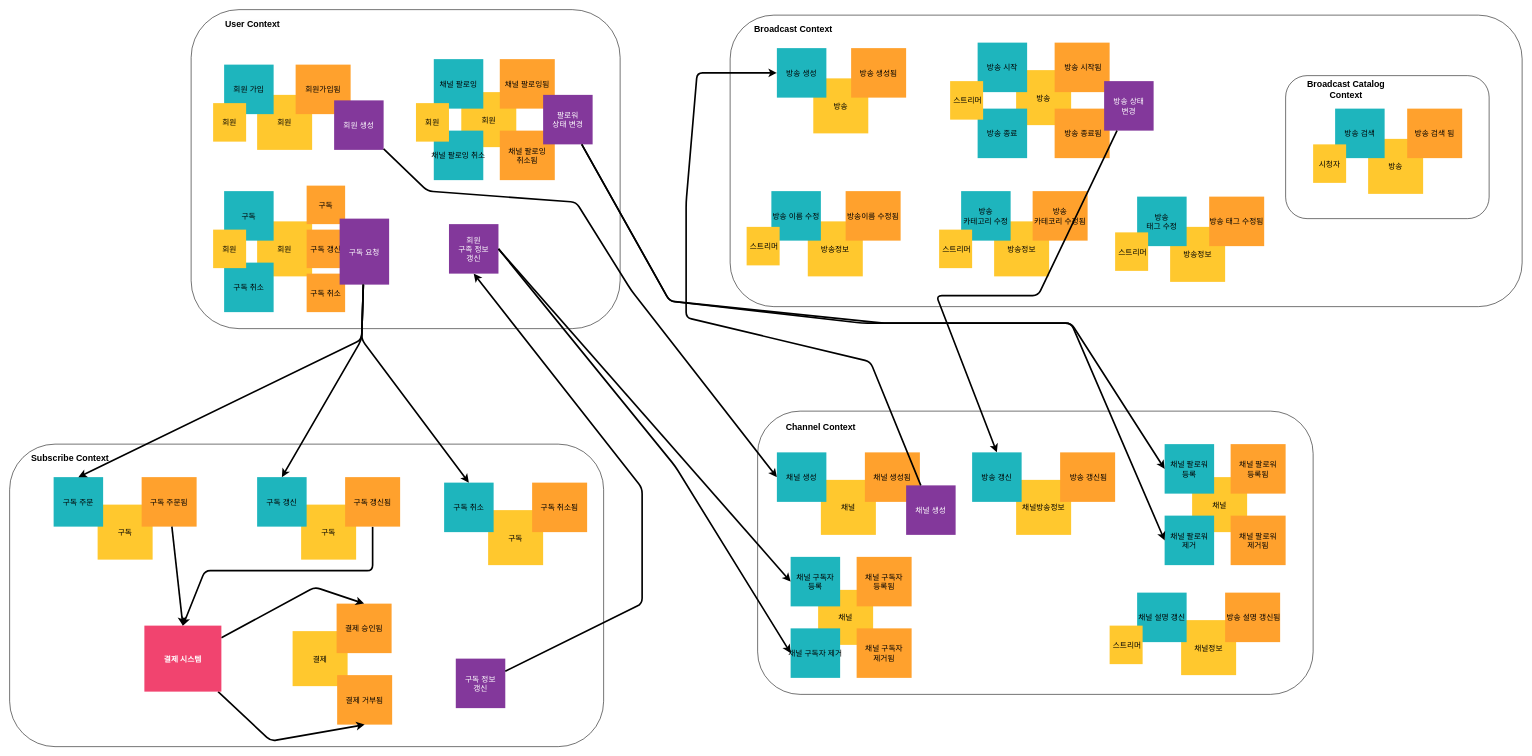
Earlier version of the draw.io diagram page "event_storming" (1 of 5) of doc/archi.drawio (ISSuh/mystream). Source tidied: cells renumbered, new cells numbered last; positions are measured from the earlier drawing's top-left corner, leaving out a move shared by most shapes. Both pictures are drawn from the tidied source at 55%, with x=0, y=0 at pixel (9, 9).
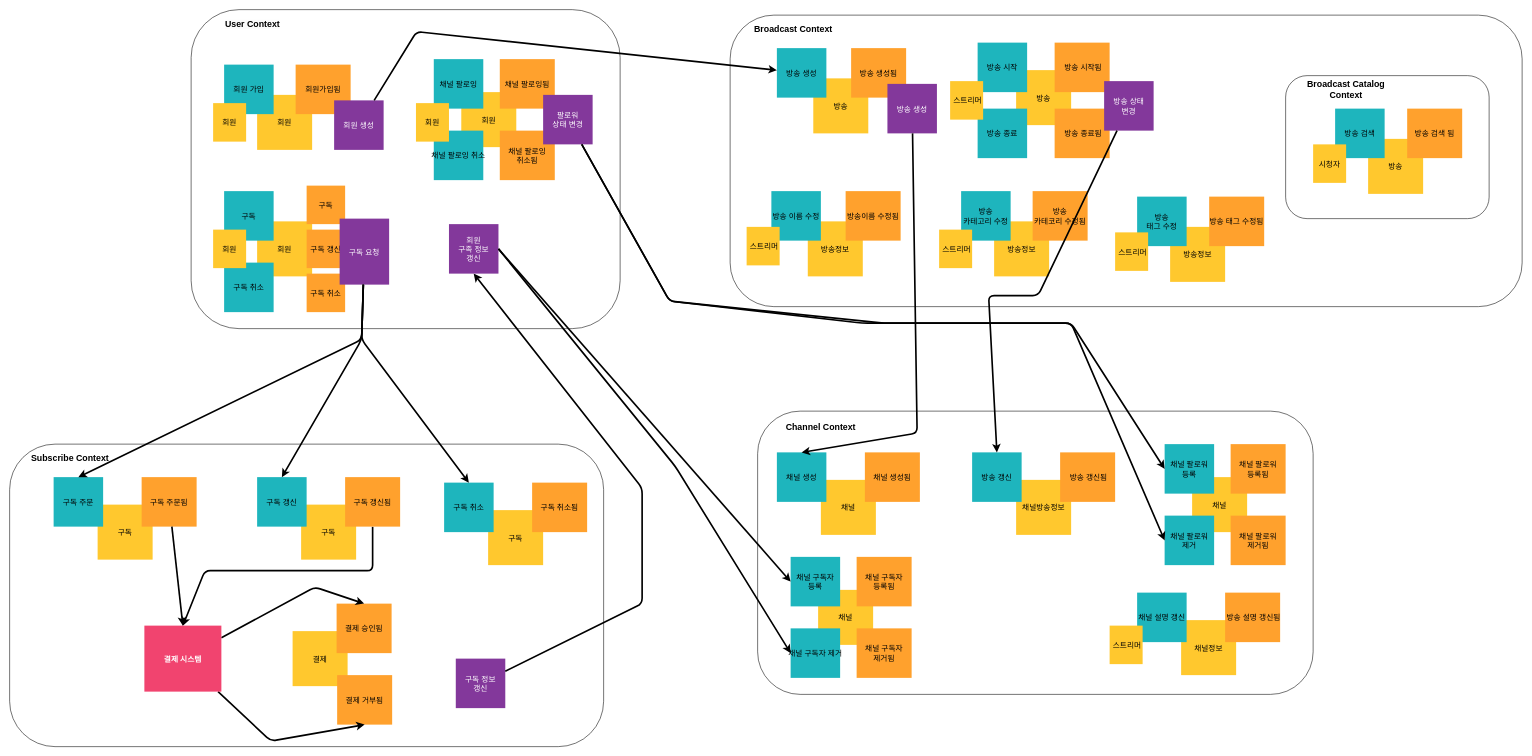
The same page after the edit.

Commit message:
update context map

Unchanged cells that the change refers to:
```xml
<mxCell id="2" style="group;" parent="1" vertex="1">
  <mxGeometry x="1310" y="10" width="1440" height="530" as="geometry" />
</mxCell>
<mxCell id="29" value="방송 생성" style="fillColor=#1EB5BD;strokeColor=none;fontSize=14;" parent="2" vertex="1">
  <mxGeometry x="85" y="60" width="90" height="90" as="geometry" />
</mxCell>
<mxCell id="31" value="방송 상태&#10;변경" style="fillColor=#83389B;strokeColor=none;fontSize=14;fontStyle=0;fontColor=#FFFFFF;" parent="2" vertex="1">
  <mxGeometry x="680" y="120" width="90" height="90" as="geometry" />
</mxCell>
<mxCell id="68" value="회원 생성" style="fillColor=#83389B;strokeColor=none;fontSize=14;fontStyle=0;fontColor=#FFFFFF;" parent="54" vertex="1">
  <mxGeometry x="260" y="165" width="90" height="90" as="geometry" />
</mxCell>
<mxCell id="78" style="group;" parent="1" vertex="1">
  <mxGeometry x="1360" y="730" width="1010" height="515" as="geometry" />
</mxCell>
<mxCell id="82" value="방송 갱신" style="fillColor=#1EB5BD;strokeColor=none;fontSize=14;" parent="78" vertex="1">
  <mxGeometry x="390" y="75" width="90" height="90" as="geometry" />
</mxCell>
<mxCell id="89" value="채널 생성" style="fillColor=#1EB5BD;strokeColor=none;fontSize=14;" parent="78" vertex="1">
  <mxGeometry x="35" y="75" width="90" height="90" as="geometry" />
</mxCell>
```

The edit, as a diff of the source:
```diff
@@
+    <mxCell id="96" value="방송 생성" style="fillColor=#83389B;strokeColor=none;fontSize=14;fontStyle=0;fontColor=#FFFFFF;" parent="2" vertex="1">
+      <mxGeometry x="286" y="125" width="90" height="90" as="geometry" />
+    </mxCell>
@@
-    <mxCell id="96" value="채널 생성" style="fillColor=#83389B;strokeColor=none;fontSize=14;fontStyle=0;fontColor=#FFFFFF;" parent="78" vertex="1">
-      <mxGeometry x="270" y="135" width="90" height="90" as="geometry" />
-    </mxCell>
@@
     <mxCell id="104" style="edgeStyle=none;html=1;entryX=0.5;entryY=0;entryDx=0;entryDy=0;fontSize=14;fontColor=#FFFFFF;strokeWidth=3;" parent="1" edge="1" source="31" target="82">
       <mxGeometry relative="1" as="geometry">
         <Array as="points">
           <mxPoint x="1870" y="520" />
-          <mxPoint x="1685" y="520" />
+          <mxPoint x="1780" y="520" />
         </Array>
       </mxGeometry>
     </mxCell>
-    <mxCell id="105" style="edgeStyle=none;html=1;entryX=0;entryY=0.5;entryDx=0;entryDy=0;strokeWidth=3;fontSize=14;fontColor=#FFFFFF;" parent="1" edge="1" source="68" target="89">
-      <mxGeometry relative="1" as="geometry">
-        <Array as="points">
-          <mxPoint x="760" y="330" />
-          <mxPoint x="1030" y="350" />
-          <mxPoint x="1130" y="510" />
-        </Array>
-      </mxGeometry>
-    </mxCell>
-    <mxCell id="106" style="edgeStyle=none;html=1;strokeWidth=3;fontSize=14;fontColor=#FFFFFF;entryX=0;entryY=0.5;entryDx=0;entryDy=0;" parent="1" edge="1" source="96" target="29">
-      <mxGeometry relative="1" as="geometry">
-        <Array as="points">
-          <mxPoint x="1565" y="640" />
-          <mxPoint x="1230" y="560" />
-          <mxPoint x="1230" y="350" />
-          <mxPoint x="1250" y="115" />
-        </Array>
-      </mxGeometry>
-    </mxCell>
@@
+    <mxCell id="113" style="edgeStyle=none;html=1;strokeColor=default;strokeWidth=3;fontSize=16;fontColor=#000000;endArrow=classic;endFill=1;" parent="1" edge="1" source="68" target="29">
+      <mxGeometry relative="1" as="geometry">
+        <Array as="points">
+          <mxPoint x="740" y="40" />
+        </Array>
+      </mxGeometry>
+    </mxCell>
+    <mxCell id="114" style="edgeStyle=none;html=1;entryX=0.5;entryY=0;entryDx=0;entryDy=0;strokeColor=default;strokeWidth=3;fontSize=16;fontColor=#000000;endArrow=classic;endFill=1;" parent="1" edge="1" source="96" target="89">
+      <mxGeometry relative="1" as="geometry">
+        <Array as="points">
+          <mxPoint x="1650" y="770" />
+        </Array>
+      </mxGeometry>
+    </mxCell>
```
